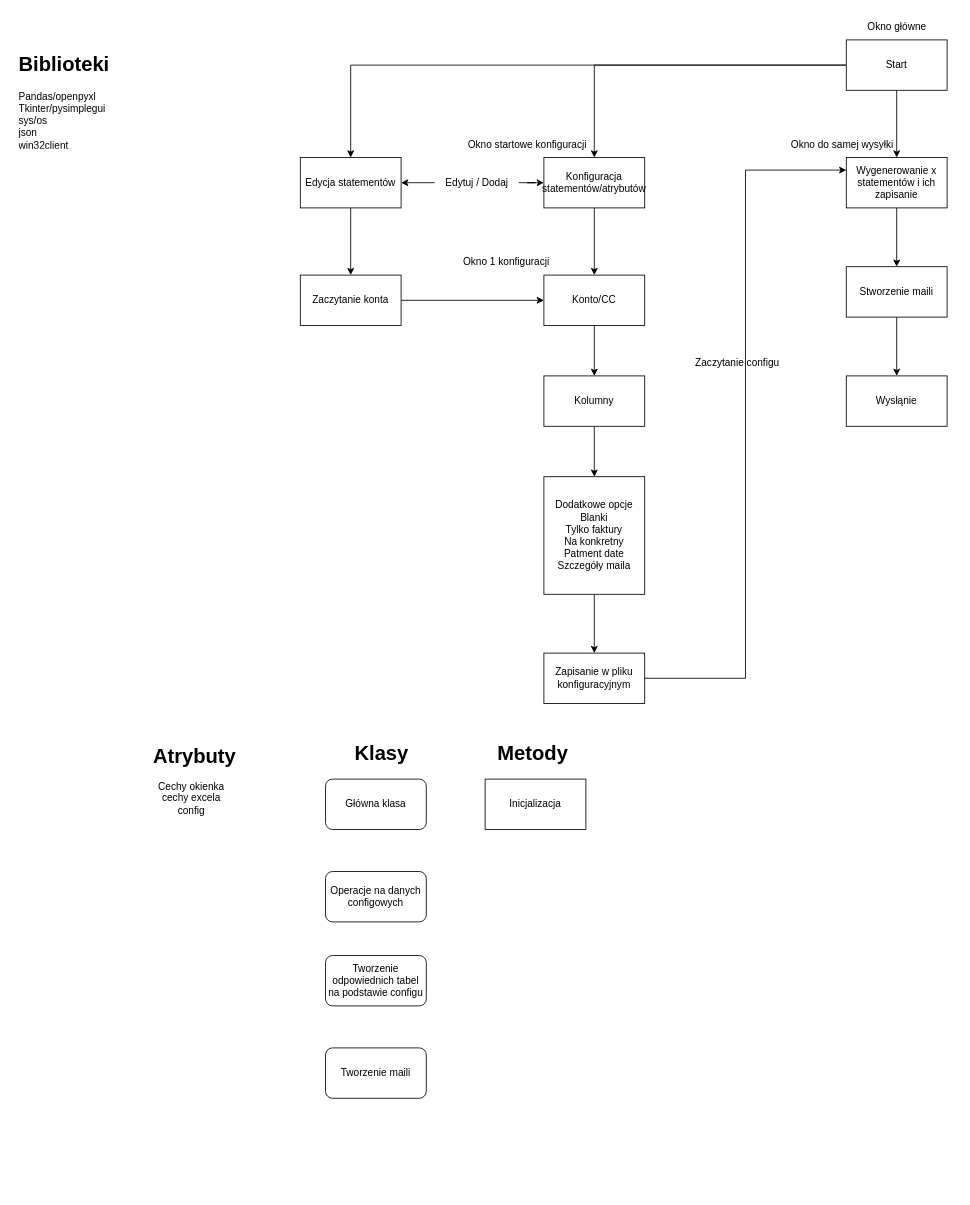
The draw.io diagram projekt (1).drawio in kielbowicz/PythonPyCharm, before the edit. Source tidied: cells renumbered, new cells numbered last; positions are measured from the earlier drawing's top-left corner, leaving out a move shared by most shapes. Both pictures are drawn from the tidied source at 84%, with x=0, y=0 at pixel (14, 14).
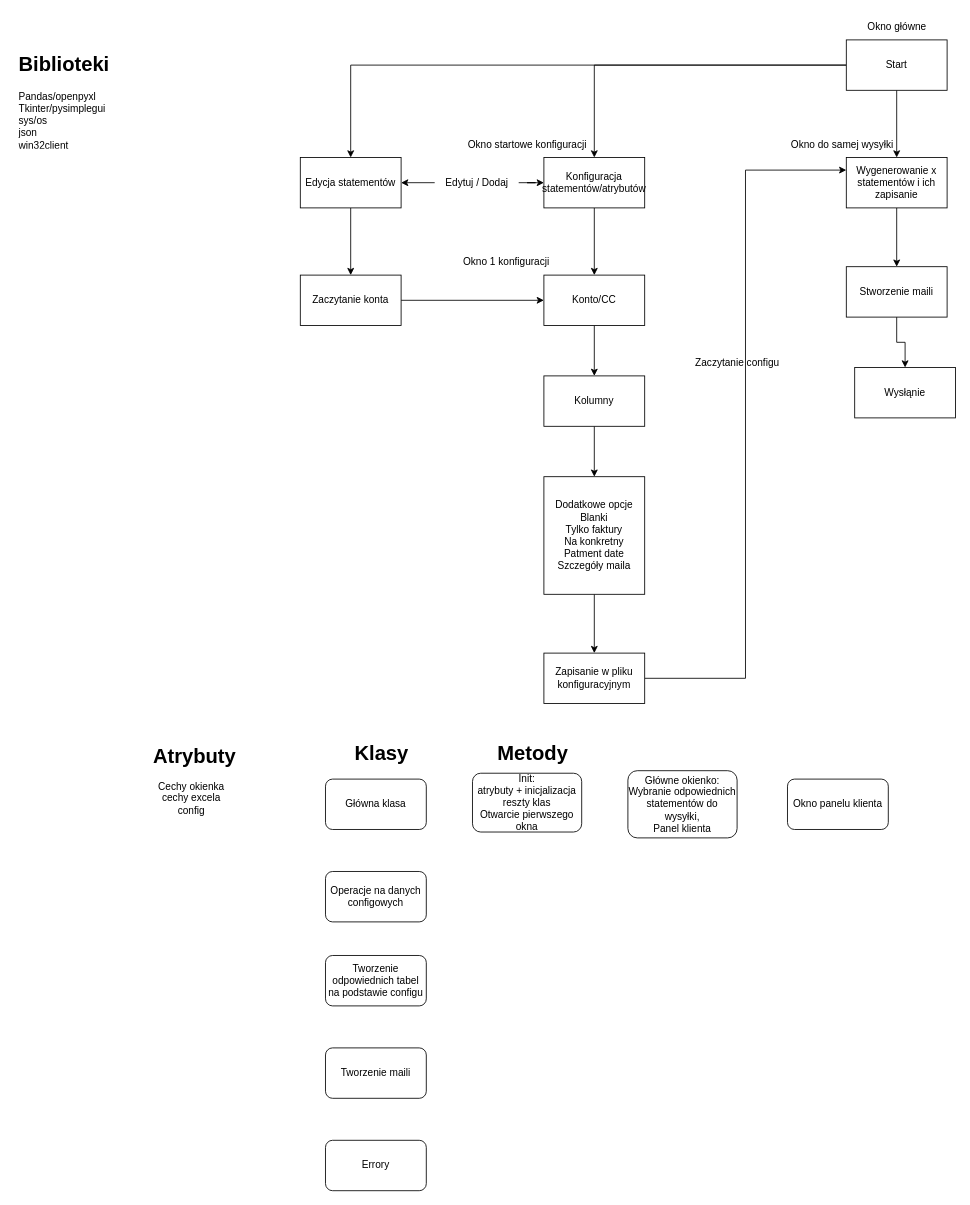
After the change.

Diff of the diagram source:
```diff
@@
     <mxCell id="25" value="Wysłąnie" style="whiteSpace=wrap;html=1;" parent="1" vertex="1">
-      <mxGeometry x="990" y="430" width="120" height="60" as="geometry" />
+      <mxGeometry x="1000" y="420" width="120" height="60" as="geometry" />
     </mxCell>
@@
-    <mxCell id="31" value="Inicjalizacja&lt;br&gt;" style="rounded=0;whiteSpace=wrap;html=1;" parent="1" vertex="1">
-      <mxGeometry x="560" y="910" width="120" height="60" as="geometry" />
-    </mxCell>
@@
+    <mxCell id="43" value="Init:&lt;br&gt;atrybuty + inicjalizacja reszty klas&lt;br&gt;Otwarcie pierwszego okna" style="rounded=1;whiteSpace=wrap;html=1;arcSize=14;" parent="1" vertex="1">
+      <mxGeometry x="545" y="903" width="130" height="70" as="geometry" />
+    </mxCell>
+    <mxCell id="44" value="Errory" style="rounded=1;whiteSpace=wrap;html=1;arcSize=14;" parent="1" vertex="1">
+      <mxGeometry x="370" y="1340" width="120" height="60" as="geometry" />
+    </mxCell>
+    <mxCell id="45" value="Główne okienko:&lt;br&gt;Wybranie odpowiednich statementów do wysyłki,&lt;br&gt;Panel klienta" style="rounded=1;whiteSpace=wrap;html=1;arcSize=14;" parent="1" vertex="1">
+      <mxGeometry x="730" y="900" width="130" height="80" as="geometry" />
+    </mxCell>
+    <mxCell id="46" value="Okno panelu klienta" style="rounded=1;whiteSpace=wrap;html=1;arcSize=14;" parent="1" vertex="1">
+      <mxGeometry x="920" y="910" width="120" height="60" as="geometry" />
+    </mxCell>
```
